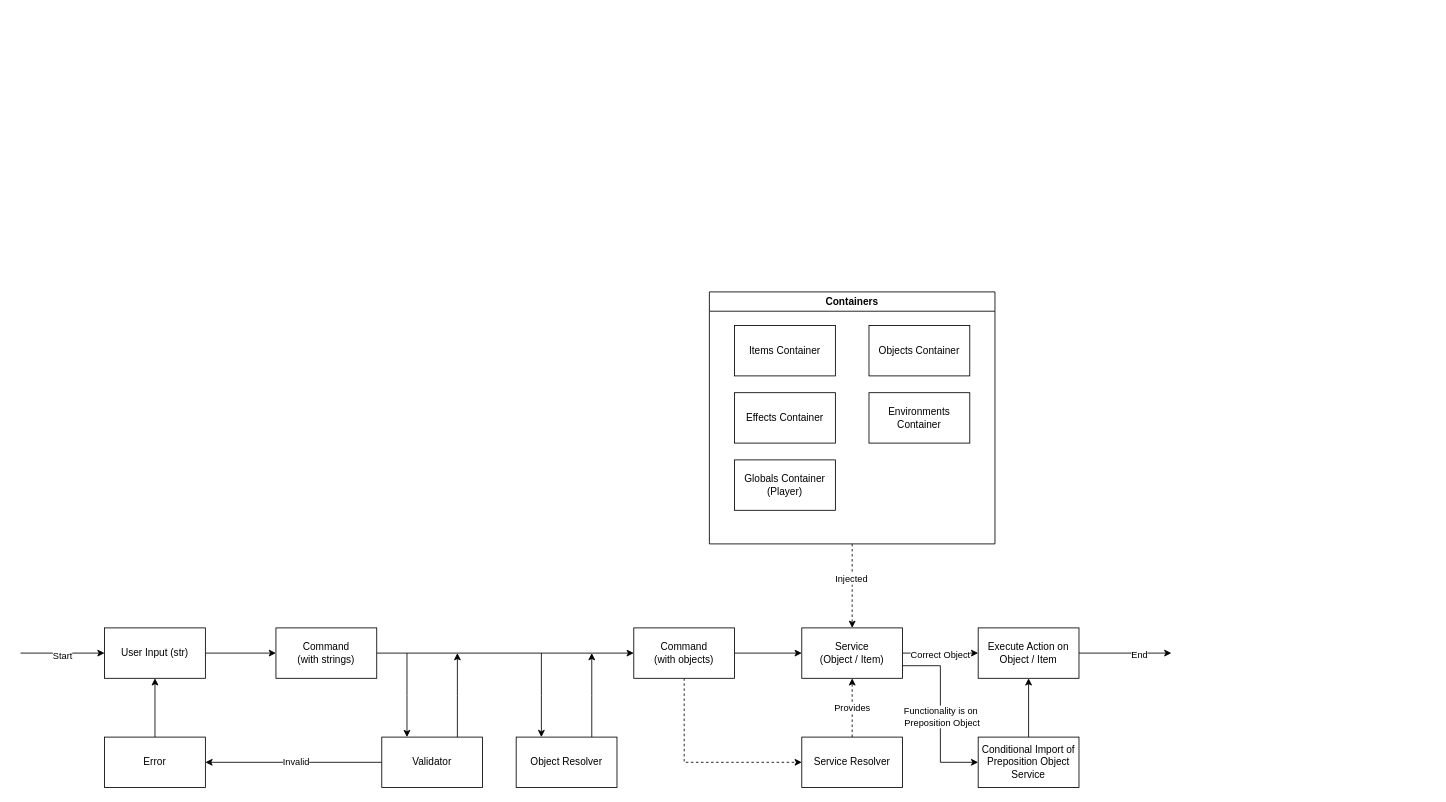
Above: flowchart.drawio in hibuna/HR-BaseCamp-TextGame-Draft (draw.io), before the change. Source tidied: cells renumbered, new cells numbered last; positions are measured from the earlier drawing's top-left corner, leaving out a move shared by most shapes. Both pictures are drawn from the tidied source at 84%, with x=0, y=0 at pixel (20, 291).
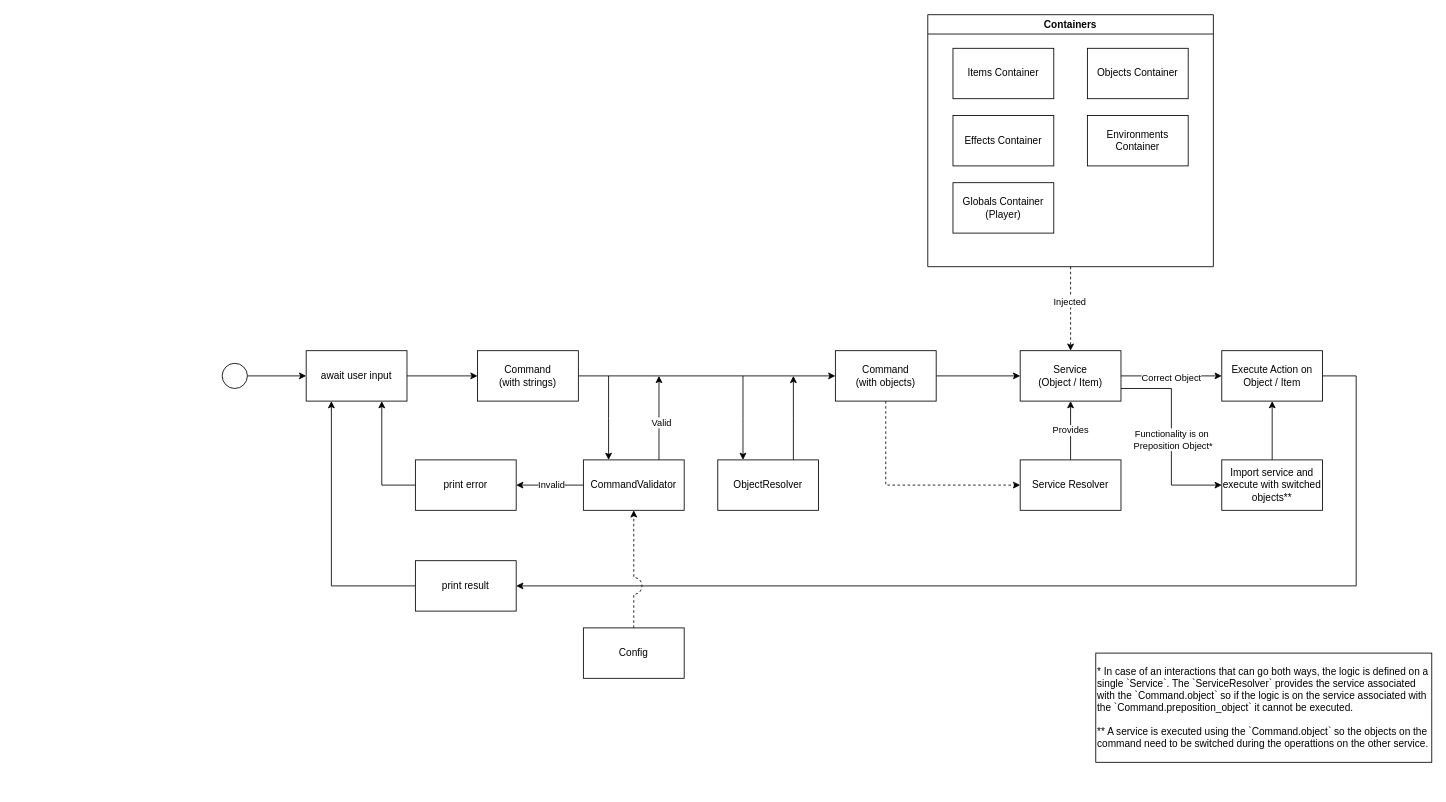
After the change.

Commit message:
improve flowchart

The change refers to these unchanged cells:
```xml
<mxCell id="17" style="edgeStyle=orthogonalEdgeStyle;rounded=0;jettySize=auto;html=1;exitX=1;exitY=0.75;exitDx=0;exitDy=0;entryX=0;entryY=0.5;entryDx=0;entryDy=0;" parent="1" edge="1" source="19" target="40">
  <mxGeometry relative="1" as="geometry" />
</mxCell>
```

Change to the diagram source:
```diff
@@
-    <mxCell id="3" style="edgeStyle=orthogonalEdgeStyle;rounded=0;jettySize=auto;html=1;exitX=0;exitY=0.5;exitDx=0;exitDy=0;startArrow=classic;startFill=1;endArrow=none;endFill=0;" parent="1" edge="1" source="5">
-      <mxGeometry relative="1" as="geometry">
-        <mxPoint y="430" as="targetPoint" />
-      </mxGeometry>
-    </mxCell>
-    <mxCell id="4" value="Start" style="edgeLabel;html=1;align=center;verticalAlign=middle;" parent="3" vertex="1">
-      <mxGeometry x="0.01" y="2" relative="1" as="geometry" />
-    </mxCell>
-    <mxCell id="5" value="User Input (str)" style="rounded=0;whiteSpace=wrap;html=1;" parent="1" vertex="1">
-      <mxGeometry x="100" y="400" width="120" height="60" as="geometry" />
+    <mxCell id="5" value="await user input" style="rounded=0;whiteSpace=wrap;html=1;" parent="1" vertex="1">
+      <mxGeometry x="340" y="70" width="120" height="60" as="geometry" />
     </mxCell>
@@
     <mxCell id="7" value="&lt;div&gt;Command&lt;/div&gt;&lt;div&gt;(with strings)&lt;br&gt;&lt;/div&gt;" style="rounded=0;whiteSpace=wrap;html=1;" parent="1" vertex="1">
-      <mxGeometry x="304" y="400" width="120" height="60" as="geometry" />
+      <mxGeometry x="544" y="70" width="120" height="60" as="geometry" />
     </mxCell>
-    <mxCell id="8" style="edgeStyle=orthogonalEdgeStyle;rounded=0;jettySize=auto;html=1;exitX=0.5;exitY=0;exitDx=0;exitDy=0;entryX=0.5;entryY=1;entryDx=0;entryDy=0;" parent="1" edge="1" source="9" target="5">
+    <mxCell id="8" style="edgeStyle=orthogonalEdgeStyle;rounded=0;jettySize=auto;html=1;exitX=0;exitY=0.5;exitDx=0;exitDy=0;entryX=0.75;entryY=1;entryDx=0;entryDy=0;" parent="1" edge="1" source="9" target="5">
       <mxGeometry relative="1" as="geometry" />
     </mxCell>
-    <mxCell id="9" value="Error" style="rounded=0;whiteSpace=wrap;html=1;" parent="1" vertex="1">
-      <mxGeometry x="100" y="530" width="120" height="60" as="geometry" />
+    <mxCell id="9" value="print error" style="rounded=0;whiteSpace=wrap;html=1;" parent="1" vertex="1">
+      <mxGeometry x="470" y="200" width="120" height="60" as="geometry" />
     </mxCell>
@@
     <mxCell id="12" value="&lt;div&gt;Command&lt;/div&gt;&lt;div&gt;(with objects)&lt;br&gt;&lt;/div&gt;" style="rounded=0;whiteSpace=wrap;html=1;" parent="1" vertex="1">
-      <mxGeometry x="730" y="400" width="120" height="60" as="geometry" />
+      <mxGeometry x="970" y="70" width="120" height="60" as="geometry" />
     </mxCell>
-    <mxCell id="13" value="Provides" style="edgeStyle=orthogonalEdgeStyle;rounded=0;jettySize=auto;html=1;exitX=0.5;exitY=0;exitDx=0;exitDy=0;entryX=0.5;entryY=1;entryDx=0;entryDy=0;dashed=1;" parent="1" edge="1" source="14" target="19">
+    <mxCell id="13" value="Provides" style="edgeStyle=orthogonalEdgeStyle;rounded=0;jettySize=auto;html=1;exitX=0.5;exitY=0;exitDx=0;exitDy=0;entryX=0.5;entryY=1;entryDx=0;entryDy=0;" parent="1" edge="1" source="14" target="19">
       <mxGeometry relative="1" as="geometry" />
     </mxCell>
     <mxCell id="14" value="Service Resolver" style="rounded=0;whiteSpace=wrap;html=1;" parent="1" vertex="1">
-      <mxGeometry x="930" y="530" width="120" height="60" as="geometry" />
+      <mxGeometry x="1190" y="200" width="120" height="60" as="geometry" />
     </mxCell>
@@
-    <mxCell id="18" value="&lt;div&gt;Functionality is on&amp;nbsp;&lt;/div&gt;&lt;div&gt;Preposition Object&lt;/div&gt;" style="edgeLabel;html=1;align=center;verticalAlign=middle;" parent="17" vertex="1">
+    <mxCell id="18" value="&lt;div&gt;Functionality is on&amp;nbsp;&lt;/div&gt;&lt;div&gt;Preposition Object*&lt;/div&gt;" style="edgeLabel;html=1;align=center;verticalAlign=middle;" parent="17" vertex="1">
       <mxGeometry x="0.02" y="1" relative="1" as="geometry" />
     </mxCell>
     <mxCell id="19" value="&lt;div&gt;Service&lt;/div&gt;&lt;div&gt;(Object / Item)&lt;br&gt;&lt;/div&gt;" style="rounded=0;whiteSpace=wrap;html=1;" parent="1" vertex="1">
-      <mxGeometry x="930" y="400" width="120" height="60" as="geometry" />
+      <mxGeometry x="1190" y="70" width="120" height="60" as="geometry" />
     </mxCell>
     <mxCell id="20" style="edgeStyle=orthogonalEdgeStyle;rounded=0;jettySize=auto;html=1;exitX=0.75;exitY=0;exitDx=0;exitDy=0;" parent="1" edge="1" source="22">
       <mxGeometry relative="1" as="geometry">
-        <mxPoint x="680" y="430" as="targetPoint" />
+        <mxPoint x="920" y="100" as="targetPoint" />
       </mxGeometry>
     </mxCell>
     <mxCell id="21" style="edgeStyle=orthogonalEdgeStyle;rounded=0;jettySize=auto;html=1;exitX=0.25;exitY=0;exitDx=0;exitDy=0;endArrow=none;endFill=0;startArrow=classic;startFill=1;" parent="1" edge="1" source="22">
       <mxGeometry relative="1" as="geometry">
-        <mxPoint x="620" y="430" as="targetPoint" />
+        <mxPoint x="860" y="100" as="targetPoint" />
       </mxGeometry>
     </mxCell>
-    <mxCell id="22" value="Object Resolver" style="rounded=0;whiteSpace=wrap;html=1;" parent="1" vertex="1">
-      <mxGeometry x="590" y="530" width="120" height="60" as="geometry" />
+    <mxCell id="22" value="ObjectResolver" style="rounded=0;whiteSpace=wrap;html=1;" parent="1" vertex="1">
+      <mxGeometry x="830" y="200" width="120" height="60" as="geometry" />
     </mxCell>
     <mxCell id="23" style="edgeStyle=orthogonalEdgeStyle;rounded=0;jettySize=auto;html=1;exitX=0.75;exitY=0;exitDx=0;exitDy=0;" parent="1" edge="1" source="27">
       <mxGeometry relative="1" as="geometry">
-        <mxPoint x="520" y="430" as="targetPoint" />
+        <mxPoint x="760" y="100" as="targetPoint" />
       </mxGeometry>
     </mxCell>
+    <mxCell id="41" value="Valid" style="edgeLabel;html=1;align=center;verticalAlign=middle;" parent="23" vertex="1">
+      <mxGeometry x="-0.1" y="-2" relative="1" as="geometry" />
+    </mxCell>
     <mxCell id="24" style="edgeStyle=orthogonalEdgeStyle;rounded=0;jettySize=auto;html=1;exitX=0.25;exitY=0;exitDx=0;exitDy=0;endArrow=none;endFill=0;startArrow=classic;startFill=1;" parent="1" edge="1" source="27">
       <mxGeometry relative="1" as="geometry">
-        <mxPoint x="460" y="430" as="targetPoint" />
+        <mxPoint x="700" y="100" as="targetPoint" />
       </mxGeometry>
     </mxCell>
@@
-    <mxCell id="27" value="&lt;div&gt;Validator&lt;/div&gt;" style="rounded=0;whiteSpace=wrap;html=1;" parent="1" vertex="1">
-      <mxGeometry x="430" y="530" width="120" height="60" as="geometry" />
+    <mxCell id="27" value="CommandValidator" style="rounded=0;whiteSpace=wrap;html=1;" parent="1" vertex="1">
+      <mxGeometry x="670" y="200" width="120" height="60" as="geometry" />
     </mxCell>
-    <mxCell id="28" style="edgeStyle=orthogonalEdgeStyle;rounded=0;jettySize=auto;html=1;exitX=1;exitY=0.5;exitDx=0;exitDy=0;" parent="1" edge="1" source="30">
-      <mxGeometry relative="1" as="geometry">
-        <mxPoint x="1370" y="430" as="targetPoint" />
-      </mxGeometry>
-    </mxCell>
-    <mxCell id="29" value="End" style="edgeLabel;html=1;align=center;verticalAlign=middle;" parent="28" vertex="1">
-      <mxGeometry x="0.31" y="-1" relative="1" as="geometry" />
-    </mxCell>
+    <mxCell id="42" style="edgeStyle=orthogonalEdgeStyle;rounded=0;jettySize=auto;html=1;exitX=1;exitY=0.5;exitDx=0;exitDy=0;entryX=1;entryY=0.5;entryDx=0;entryDy=0;" parent="1" edge="1" source="30" target="44">
+      <mxGeometry relative="1" as="geometry">
+        <Array as="points">
+          <mxPoint x="1590" y="100" />
+          <mxPoint x="1590" y="350" />
+        </Array>
+      </mxGeometry>
+    </mxCell>
     <mxCell id="30" value="Execute Action on Object / Item" style="rounded=0;whiteSpace=wrap;html=1;" parent="1" vertex="1">
-      <mxGeometry x="1140" y="400" width="120" height="60" as="geometry" />
+      <mxGeometry x="1430" y="70" width="120" height="60" as="geometry" />
     </mxCell>
@@
     <mxCell id="33" value="Containers" style="swimlane;whiteSpace=wrap;html=1;" parent="1" vertex="1">
-      <mxGeometry x="820" width="340" height="300" as="geometry" />
+      <mxGeometry x="1080" y="-330" width="340" height="300" as="geometry" />
     </mxCell>
@@
-    <mxCell id="40" value="Conditional Import of Preposition Object Service" style="rounded=0;whiteSpace=wrap;html=1;" parent="1" vertex="1">
-      <mxGeometry x="1140" y="530" width="120" height="60" as="geometry" />
+    <mxCell id="40" value="Import service and execute with switched objects**" style="rounded=0;whiteSpace=wrap;html=1;" parent="1" vertex="1">
+      <mxGeometry x="1430" y="200" width="120" height="60" as="geometry" />
     </mxCell>
+    <mxCell id="43" style="edgeStyle=orthogonalEdgeStyle;rounded=0;jettySize=auto;html=1;exitX=0;exitY=0.5;exitDx=0;exitDy=0;entryX=0.25;entryY=1;entryDx=0;entryDy=0;" parent="1" edge="1" source="44" target="5">
+      <mxGeometry relative="1" as="geometry" />
+    </mxCell>
+    <mxCell id="44" value="print result" style="rounded=0;whiteSpace=wrap;html=1;" parent="1" vertex="1">
+      <mxGeometry x="470" y="320" width="120" height="60" as="geometry" />
+    </mxCell>
+    <mxCell id="45" style="edgeStyle=orthogonalEdgeStyle;rounded=0;jettySize=auto;html=1;exitX=1;exitY=0.5;exitDx=0;exitDy=0;entryX=0;entryY=0.5;entryDx=0;entryDy=0;" parent="1" edge="1" source="46" target="5">
+      <mxGeometry relative="1" as="geometry" />
+    </mxCell>
+    <mxCell id="46" style="ellipse;whiteSpace=wrap;html=1;" parent="1" vertex="1">
+      <mxGeometry x="240" y="85" width="30" height="30" as="geometry" />
+    </mxCell>
+    <mxCell id="47" style="edgeStyle=orthogonalEdgeStyle;rounded=0;jettySize=auto;html=1;exitX=0.5;exitY=0;exitDx=0;exitDy=0;entryX=0.5;entryY=1;entryDx=0;entryDy=0;jumpStyle=arc;jumpSize=20;dashed=1;" parent="1" edge="1" source="48" target="27">
+      <mxGeometry relative="1" as="geometry" />
+    </mxCell>
+    <mxCell id="48" value="Config" style="rounded=0;whiteSpace=wrap;html=1;" parent="1" vertex="1">
+      <mxGeometry x="670" y="400" width="120" height="60" as="geometry" />
+    </mxCell>
+    <mxCell id="49" value="&lt;div align=&quot;left&quot;&gt;* In case of an interactions that can go both ways, the logic is defined on a single `Service`. The `ServiceResolver` provides the service associated with the `Command.object` so if the logic is on the service associated with the `Command.preposition_object` it cannot be executed.&lt;/div&gt;&lt;div align=&quot;left&quot;&gt;&lt;br&gt;&lt;/div&gt;&lt;div align=&quot;left&quot;&gt;** A service is executed using the `Command.object` so the objects on the command need to be switched during the operattions on the other service.&lt;br&gt;&lt;/div&gt;" style="rounded=0;whiteSpace=wrap;html=1;align=left;" parent="1" vertex="1">
+      <mxGeometry x="1280" y="430" width="400" height="130" as="geometry" />
+    </mxCell>
```
